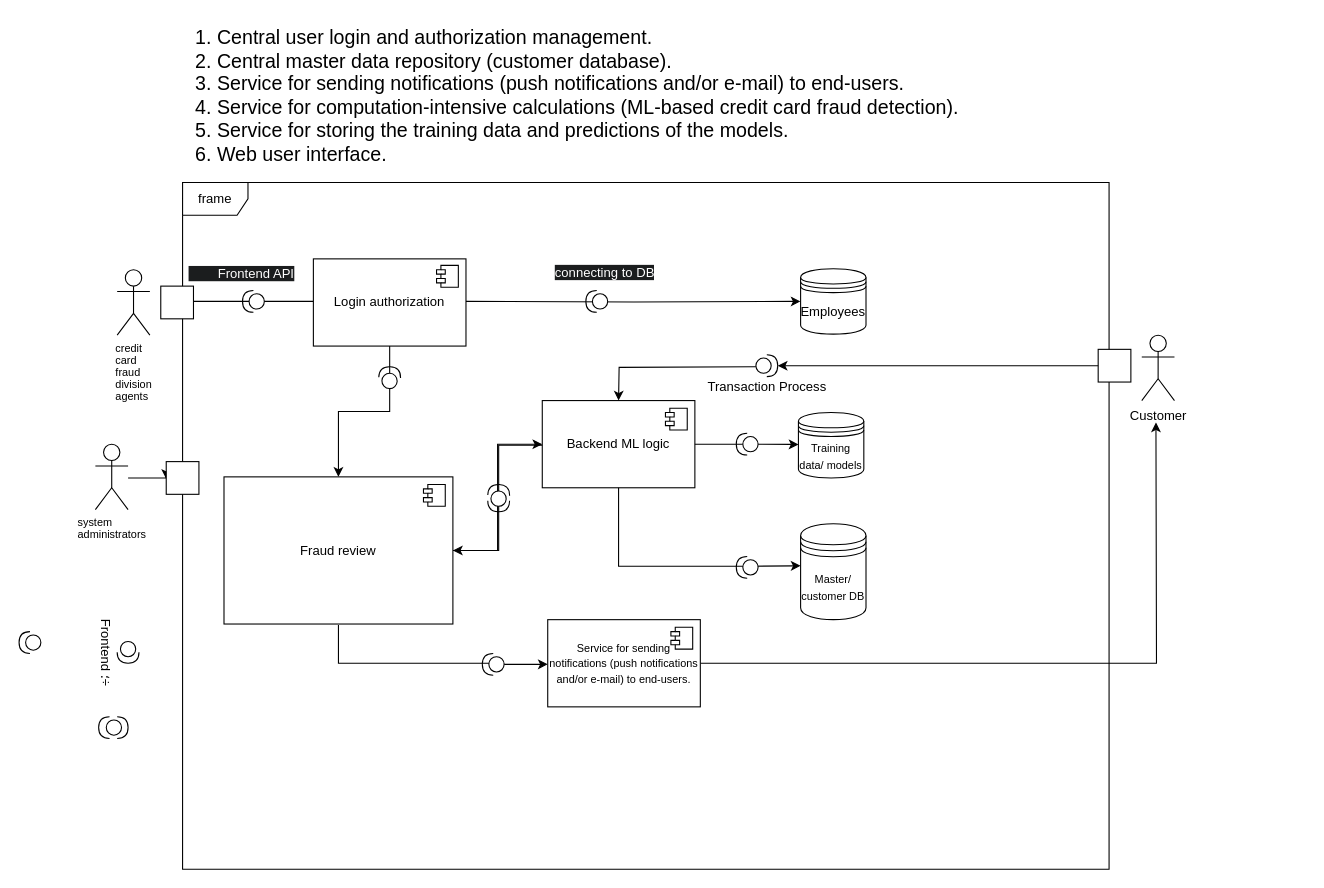
Earlier version of the draw.io diagram gifs/Untitled Diagram.drawio (midani-47/midani-47). Source tidied: cells renumbered, new cells numbered last; positions are measured from the earlier drawing's top-left corner, leaving out a move shared by most shapes. Both pictures are drawn from the tidied source at 109%, with x=0, y=0 at pixel (19, 19).
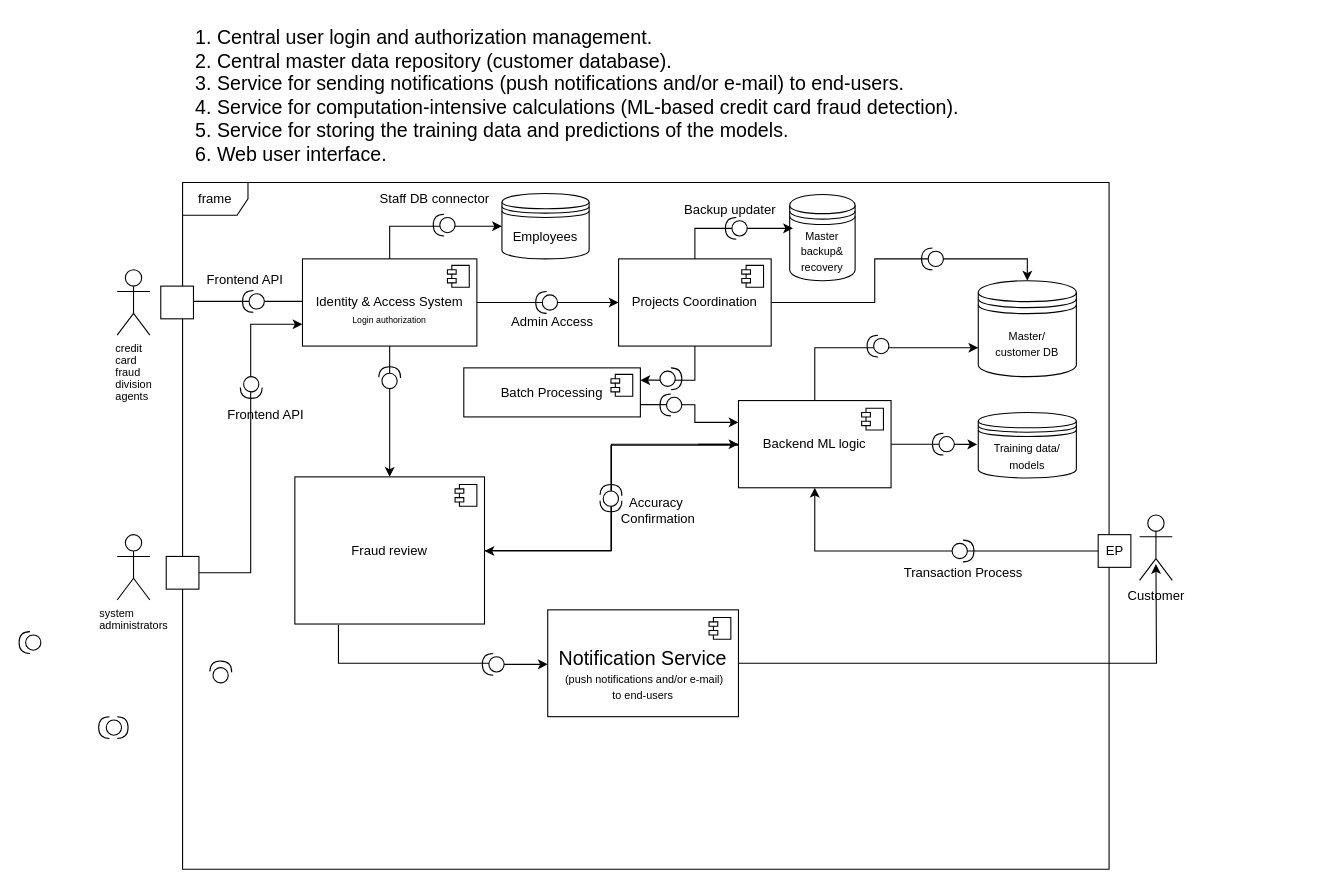
The same diagram, later.

Change to the diagram source:
```diff
@@
-    <mxCell id="2" style="edgeStyle=orthogonalEdgeStyle;rounded=0;orthogonalLoop=1;jettySize=auto;html=1;entryX=0;entryY=0.5;entryDx=0;entryDy=0;" parent="1" edge="1">
-      <mxGeometry relative="1" as="geometry">
-        <mxPoint x="100" y="421" as="sourcePoint" />
-        <mxPoint x="135" y="422" as="targetPoint" />
-      </mxGeometry>
-    </mxCell>
     <mxCell id="3" value="&lt;p style=&quot;margin: 0px; font-variant-numeric: normal; font-variant-east-asian: normal; font-variant-alternates: normal; font-size-adjust: none; font-kerning: auto; font-optical-sizing: auto; font-feature-settings: normal; font-variation-settings: normal; font-variant-position: normal; font-variant-emoji: normal; font-stretch: normal; font-size: 10px; line-height: normal; text-align: start; text-wrap-mode: wrap;&quot; class=&quot;p1&quot;&gt;&lt;font style=&quot;color: light-dark(rgb(0, 0, 0), rgb(255, 255, 255));&quot;&gt;system administrators&lt;/font&gt;&lt;/p&gt;" style="shape=umlActor;verticalLabelPosition=bottom;verticalAlign=top;html=1;" parent="1" vertex="1">
-      <mxGeometry x="70" y="390" width="30" height="60" as="geometry" />
+      <mxGeometry x="90" y="473" width="30" height="60" as="geometry" />
     </mxCell>
@@
+    <mxCell id="49" style="edgeStyle=orthogonalEdgeStyle;rounded=0;jettySize=auto;html=1;entryX=0;entryY=0.75;entryDx=0;entryDy=0;" parent="1" edge="1" source="8" target="12">
+      <mxGeometry relative="1" as="geometry" />
+    </mxCell>
     <mxCell id="8" style="html=1;rounded=0;" parent="1" vertex="1">
-      <mxGeometry x="135" y="406" width="30" height="30" as="geometry" />
+      <mxGeometry x="135" y="493" width="30" height="30" as="geometry" />
     </mxCell>
@@
-    <mxCell id="10" style="edgeStyle=orthogonalEdgeStyle;rounded=0;jettySize=auto;html=1;" parent="1" edge="1" target="18">
-      <mxGeometry relative="1" as="geometry">
-        <mxPoint x="410" y="259" as="sourcePoint" />
-      </mxGeometry>
-    </mxCell>
+    <mxCell id="50" style="edgeStyle=orthogonalEdgeStyle;rounded=0;jettySize=auto;html=1;entryX=0;entryY=0.5;entryDx=0;entryDy=0;exitX=0.5;exitY=0;exitDx=0;exitDy=0;" parent="1" edge="1" source="12" target="18">
+      <mxGeometry relative="1" as="geometry" />
+    </mxCell>
+    <mxCell id="51" style="edgeStyle=orthogonalEdgeStyle;rounded=0;jettySize=auto;html=1;entryX=0;entryY=0.5;entryDx=0;entryDy=0;" parent="1" edge="1" source="12" target="60">
+      <mxGeometry relative="1" as="geometry" />
+    </mxCell>
-    <mxCell id="11" style="edgeStyle=orthogonalEdgeStyle;rounded=0;jettySize=auto;html=1;entryX=0.5;entryY=0;entryDx=0;entryDy=0;" parent="1" edge="1" source="12" target="16">
+    <mxCell id="11" style="edgeStyle=orthogonalEdgeStyle;rounded=0;jettySize=auto;html=1;" parent="1" edge="1" source="12" target="16">
       <mxGeometry relative="1" as="geometry" />
     </mxCell>
-    <mxCell id="12" value="Login authorization" style="html=1;whiteSpace=wrap;" parent="1" vertex="1">
-      <mxGeometry x="270" y="220" width="140" height="80" as="geometry" />
+    <mxCell id="12" value="&lt;div&gt;&lt;font style=&quot;font-size: 12px;&quot;&gt;&lt;br&gt;&lt;/font&gt;&lt;/div&gt;&lt;font style=&quot;font-size: 12px;&quot;&gt;Identity &amp;amp; Access System&lt;/font&gt;&lt;div&gt;&lt;div&gt;&lt;font style=&quot;font-size: 8px;&quot;&gt;Login authorization&lt;/font&gt;&lt;/div&gt;&lt;/div&gt;" style="html=1;whiteSpace=wrap;" parent="1" vertex="1">
+      <mxGeometry x="260" y="220" width="160" height="80" as="geometry" />
     </mxCell>
@@
     <mxCell id="16" value="Fraud review" style="html=1;whiteSpace=wrap;" parent="1" vertex="1">
-      <mxGeometry x="188" y="420" width="210" height="135" as="geometry" />
+      <mxGeometry x="253" y="420" width="174" height="135" as="geometry" />
     </mxCell>
@@
     <mxCell id="18" value="Employees" style="shape=datastore;whiteSpace=wrap;html=1;" parent="1" vertex="1">
-      <mxGeometry x="717" y="229" width="60" height="60" as="geometry" />
+      <mxGeometry x="443" y="160" width="80" height="60" as="geometry" />
     </mxCell>
@@
-    <mxCell id="20" value="Frontend ؛÷" style="shape=providedRequiredInterface;html=1;verticalLabelPosition=bottom;sketch=0;rotation=90;" parent="1" vertex="1">
-      <mxGeometry x="90" y="571" width="20" height="20" as="geometry" />
+    <mxCell id="20" style="shape=providedRequiredInterface;html=1;verticalLabelPosition=bottom;sketch=0;rotation=90;" parent="1" vertex="1">
+      <mxGeometry x="203" y="328" width="20" height="20" as="geometry" />
     </mxCell>
     <mxCell id="21" style="shape=providedRequiredInterface;html=1;verticalLabelPosition=bottom;sketch=0;rotation=-180;" parent="1" vertex="1">
-      <mxGeometry x="520" y="249" width="20" height="20" as="geometry" />
+      <mxGeometry x="380" y="179" width="20" height="20" as="geometry" />
     </mxCell>
-    <mxCell id="22" style="edgeStyle=orthogonalEdgeStyle;rounded=0;orthogonalLoop=1;jettySize=auto;html=1;entryX=0;entryY=0.7;entryDx=0;entryDy=0;" parent="1" edge="1">
-      <mxGeometry relative="1" as="geometry">
-        <mxPoint x="550" y="407" as="sourcePoint" />
-        <mxPoint x="717" y="501.6" as="targetPoint" />
-        <Array as="points">
-          <mxPoint x="550" y="502" />
-          <mxPoint x="669" y="502" />
-        </Array>
-      </mxGeometry>
-    </mxCell>
-    <mxCell id="23" style="edgeStyle=orthogonalEdgeStyle;rounded=0;jettySize=auto;html=1;entryX=1;entryY=0.5;entryDx=0;entryDy=0;" parent="1" edge="1" target="16">
+    <mxCell id="23" style="edgeStyle=orthogonalEdgeStyle;rounded=0;jettySize=auto;html=1;" parent="1" edge="1" target="16">
       <mxGeometry relative="1" as="geometry">
-        <mxPoint x="520" y="390" as="sourcePoint" />
+        <mxPoint x="623" y="390" as="sourcePoint" />
         <Array as="points">
-          <mxPoint x="520" y="391" />
-          <mxPoint x="440" y="391" />
-          <mxPoint x="440" y="488" />
+          <mxPoint x="660" y="390" />
+          <mxPoint x="660" y="391" />
+          <mxPoint x="543" y="391" />
+          <mxPoint x="543" y="488" />
         </Array>
       </mxGeometry>
     </mxCell>
+    <mxCell id="52" style="edgeStyle=orthogonalEdgeStyle;rounded=0;jettySize=auto;html=1;entryX=0;entryY=0.7;entryDx=0;entryDy=0;exitX=0.5;exitY=0;exitDx=0;exitDy=0;" parent="1" edge="1" source="24" target="28">
+      <mxGeometry relative="1" as="geometry" />
+    </mxCell>
     <mxCell id="24" value="Backend ML logic" style="html=1;whiteSpace=wrap;" parent="1" vertex="1">
-      <mxGeometry x="480" y="350" width="140" height="80" as="geometry" />
+      <mxGeometry x="660" y="350" width="140" height="80" as="geometry" />
     </mxCell>
@@
     <mxCell id="26" value="&lt;span style=&quot;font-size: 10px;&quot;&gt;Training data/ models&lt;/span&gt;" style="shape=datastore;whiteSpace=wrap;html=1;" parent="1" vertex="1">
-      <mxGeometry x="715" y="361" width="60" height="60" as="geometry" />
+      <mxGeometry x="880" y="361" width="90" height="60" as="geometry" />
     </mxCell>
-    <mxCell id="27" value="&lt;span style=&quot;color: rgb(255, 255, 255); font-family: Helvetica; font-size: 12px; font-style: normal; font-variant-ligatures: normal; font-variant-caps: normal; font-weight: 400; letter-spacing: normal; orphans: 2; text-align: center; text-indent: 0px; text-transform: none; widows: 2; word-spacing: 0px; -webkit-text-stroke-width: 0px; white-space: nowrap; background-color: rgb(27, 29, 30); text-decoration-thickness: initial; text-decoration-style: initial; text-decoration-color: initial; display: inline !important; float: none;&quot;&gt;connecting to DB&lt;/span&gt;" style="text;whiteSpace=wrap;html=1;" parent="1" vertex="1">
-      <mxGeometry x="490" y="219" width="110" height="40" as="geometry" />
-    </mxCell>
     <mxCell id="28" value="&lt;font style=&quot;font-size: 10px;&quot;&gt;Master/&lt;/font&gt;&lt;div&gt;&lt;font style=&quot;font-size: 10px;&quot;&gt;customer DB&lt;/font&gt;&lt;/div&gt;" style="shape=datastore;whiteSpace=wrap;html=1;" parent="1" vertex="1">
-      <mxGeometry x="717" y="463" width="60" height="88" as="geometry" />
+      <mxGeometry x="880" y="240" width="90" height="88" as="geometry" />
     </mxCell>
     <mxCell id="29" style="shape=providedRequiredInterface;html=1;verticalLabelPosition=bottom;sketch=0;rotation=-180;" parent="1" vertex="1">
-      <mxGeometry x="658" y="493" width="20" height="20" as="geometry" />
+      <mxGeometry x="778" y="290" width="20" height="20" as="geometry" />
     </mxCell>
     <mxCell id="30" style="edgeStyle=orthogonalEdgeStyle;rounded=0;jettySize=auto;html=1;exitX=1;exitY=0.5;exitDx=0;exitDy=0;" parent="1" edge="1" source="31">
       <mxGeometry relative="1" as="geometry">
-        <mxPoint x="1043" y="370" as="targetPoint" />
+        <mxPoint x="1043" y="500" as="targetPoint" />
       </mxGeometry>
     </mxCell>
-    <mxCell id="31" value="&lt;span style=&quot;text-align: left;&quot;&gt;&lt;font style=&quot;font-size: 10px;&quot;&gt;Service for sending notifications (push notifications and/or e-mail) to end-users.&lt;/font&gt;&lt;/span&gt;" style="html=1;whiteSpace=wrap;" parent="1" vertex="1">
-      <mxGeometry x="485" y="551" width="140" height="80" as="geometry" />
+    <mxCell id="31" value="&lt;span style=&quot;text-align: left;&quot;&gt;&lt;font style=&quot;&quot;&gt;&lt;font style=&quot;font-size: 18px;&quot;&gt;&lt;br&gt;&lt;/font&gt;&lt;/font&gt;&lt;/span&gt;&lt;div&gt;&lt;span style=&quot;text-align: left;&quot;&gt;&lt;font style=&quot;&quot;&gt;&lt;font style=&quot;font-size: 18px;&quot;&gt;Notification Service&lt;/font&gt;&lt;br&gt;&lt;span style=&quot;font-size: 10px;&quot;&gt;&amp;nbsp;(push notifications and/or e-mail) &lt;/span&gt;&lt;br&gt;&lt;span style=&quot;font-size: 10px;&quot;&gt;to end-users&lt;/span&gt;&lt;/font&gt;&lt;/span&gt;&lt;/div&gt;" style="html=1;whiteSpace=wrap;" parent="1" vertex="1">
+      <mxGeometry x="485" y="542" width="175" height="98" as="geometry" />
     </mxCell>
@@
     <mxCell id="33" value="Customer" style="shape=umlActor;verticalLabelPosition=bottom;verticalAlign=top;html=1;" parent="1" vertex="1">
-      <mxGeometry x="1030" y="290" width="30" height="60" as="geometry" />
+      <mxGeometry x="1028" y="455" width="30" height="60" as="geometry" />
     </mxCell>
-    <mxCell id="34" style="edgeStyle=orthogonalEdgeStyle;rounded=0;orthogonalLoop=1;jettySize=auto;html=1;" parent="1" edge="1">
-      <mxGeometry relative="1" as="geometry">
-        <mxPoint x="676" y="319" as="sourcePoint" />
-        <mxPoint x="550" y="350" as="targetPoint" />
-      </mxGeometry>
-    </mxCell>
-    <mxCell id="35" style="html=1;rounded=0;" parent="1" vertex="1">
-      <mxGeometry x="990" y="303" width="30" height="30" as="geometry" />
+    <mxCell id="35" value="EP" style="html=1;rounded=0;" parent="1" vertex="1">
+      <mxGeometry x="990" y="473" width="30" height="30" as="geometry" />
     </mxCell>
@@
-    <mxCell id="38" style="edgeStyle=orthogonalEdgeStyle;rounded=0;jettySize=auto;html=1;" parent="1" edge="1" source="35" target="39">
+    <mxCell id="38" style="edgeStyle=orthogonalEdgeStyle;rounded=0;jettySize=auto;html=1;entryX=0.5;entryY=1;entryDx=0;entryDy=0;" parent="1" edge="1" source="35" target="24">
       <mxGeometry relative="1" as="geometry" />
     </mxCell>
     <mxCell id="39" value="Transaction Process" style="shape=providedRequiredInterface;html=1;verticalLabelPosition=bottom;sketch=0;" parent="1" vertex="1">
-      <mxGeometry x="676" y="308" width="20" height="20" as="geometry" />
+      <mxGeometry x="856" y="478" width="20" height="20" as="geometry" />
     </mxCell>
@@
-    <mxCell id="41" value="&lt;span style=&quot;forced-color-adjust: none; box-shadow: none !important; color: rgb(255, 255, 255); font-family: Helvetica; font-size: 12px; font-style: normal; font-variant-ligatures: normal; font-variant-caps: normal; font-weight: 400; letter-spacing: normal; orphans: 2; text-align: center; text-indent: 0px; text-transform: none; widows: 2; word-spacing: 0px; -webkit-text-stroke-width: 0px; white-space: pre; background-color: rgb(27, 29, 30); text-decoration-thickness: initial; text-decoration-style: initial; text-decoration-color: initial;&quot;&gt;&lt;span style=&quot;white-space: pre;&quot;&gt;&amp;nbsp;&amp;nbsp;&amp;nbsp;&amp;nbsp;&lt;/span&gt;&lt;span style=&quot;forced-color-adjust: none; box-shadow: none !important; white-space: pre;&quot;&gt;&lt;span style=&quot;white-space: pre;&quot;&gt;&amp;nbsp;&amp;nbsp;&amp;nbsp;&amp;nbsp;&lt;/span&gt;&lt;/span&gt;Frontend API&lt;/span&gt;" style="text;whiteSpace=wrap;html=1;" parent="1" vertex="1">
-      <mxGeometry x="154" y="220" width="130" height="40" as="geometry" />
-    </mxCell>
@@
     <mxCell id="43" style="edgeStyle=orthogonalEdgeStyle;rounded=0;jettySize=auto;html=1;entryX=0.385;entryY=0.486;entryDx=0;entryDy=0;entryPerimeter=0;exitX=1;exitY=0.5;exitDx=0;exitDy=0;" parent="1" edge="1" source="24">
       <mxGeometry relative="1" as="geometry">
-        <mxPoint x="715.1" y="390.2" as="targetPoint" />
+        <mxPoint x="879.1" y="390.2" as="targetPoint" />
       </mxGeometry>
     </mxCell>
     <mxCell id="44" style="shape=providedRequiredInterface;html=1;verticalLabelPosition=bottom;sketch=0;rotation=-180;" parent="1" vertex="1">
-      <mxGeometry x="658" y="380" width="20" height="20" as="geometry" />
+      <mxGeometry x="838" y="380" width="20" height="20" as="geometry" />
     </mxCell>
@@
     <mxCell id="46" style="group;" parent="1" vertex="1">
-      <mxGeometry x="429.7" y="426.7" width="20.7" height="25.3" as="geometry" />
+      <mxGeometry x="532.7" y="426.7" width="20.7" height="25.3" as="geometry" />
     </mxCell>
@@
+    <mxCell id="53" value="Frontend API" style="text;html=1;align=center;verticalAlign=middle;strokeColor=none;fillColor=none;" parent="1" vertex="1">
+      <mxGeometry x="181" y="348" width="90" height="30" as="geometry" />
+    </mxCell>
+    <mxCell id="54" value="Frontend API" style="text;html=1;align=center;verticalAlign=middle;strokeColor=none;fillColor=none;" parent="1" vertex="1">
+      <mxGeometry x="162" y="225" width="90" height="30" as="geometry" />
+    </mxCell>
+    <mxCell id="55" value="Staff DB connector" style="text;html=1;align=center;verticalAlign=middle;strokeColor=none;fillColor=none;" parent="1" vertex="1">
+      <mxGeometry x="321" y="150" width="120" height="30" as="geometry" />
+    </mxCell>
+    <mxCell id="56" style="shape=providedRequiredInterface;html=1;verticalLabelPosition=bottom;sketch=0;rotation=-88;" parent="1" vertex="1">
+      <mxGeometry x="175" y="589" width="20" height="20" as="geometry" />
+    </mxCell>
+    <mxCell id="57" value="Backup updater" style="text;html=1;align=center;verticalAlign=middle;strokeColor=none;fillColor=none;" parent="1" vertex="1">
+      <mxGeometry x="597" y="160" width="110" height="30" as="geometry" />
+    </mxCell>
+    <mxCell id="58" style="edgeStyle=orthogonalEdgeStyle;rounded=0;jettySize=auto;html=1;entryX=0.5;entryY=0;entryDx=0;entryDy=0;" parent="1" edge="1" source="60" target="28">
+      <mxGeometry relative="1" as="geometry" />
+    </mxCell>
+    <mxCell id="59" style="edgeStyle=orthogonalEdgeStyle;rounded=0;jettySize=auto;html=1;entryX=1;entryY=0.25;entryDx=0;entryDy=0;" parent="1" edge="1" source="60" target="67">
+      <mxGeometry relative="1" as="geometry" />
+    </mxCell>
+    <mxCell id="60" value="&lt;div&gt;&lt;font style=&quot;font-size: 12px;&quot;&gt;&lt;br&gt;&lt;/font&gt;&lt;/div&gt;&lt;div&gt;&lt;div&gt;Projects Coordination&lt;/div&gt;&lt;div&gt;&lt;br&gt;&lt;/div&gt;&lt;/div&gt;" style="html=1;whiteSpace=wrap;" parent="1" vertex="1">
+      <mxGeometry x="550" y="220" width="140" height="80" as="geometry" />
+    </mxCell>
+    <mxCell id="61" style="shape=module;jettyWidth=8;jettyHeight=4;" parent="60" vertex="1">
+      <mxGeometry x="1" width="20" height="20" relative="1" as="geometry">
+        <mxPoint x="-27" y="6" as="offset" />
+      </mxGeometry>
+    </mxCell>
+    <mxCell id="62" style="shape=providedRequiredInterface;html=1;verticalLabelPosition=bottom;sketch=0;rotation=-180;" parent="1" vertex="1">
+      <mxGeometry x="474" y="250" width="20" height="20" as="geometry" />
+    </mxCell>
+    <mxCell id="63" value="Admin Access" style="text;html=1;align=center;verticalAlign=middle;strokeColor=none;fillColor=none;" parent="1" vertex="1">
+      <mxGeometry x="439" y="262.5" width="100" height="30" as="geometry" />
+    </mxCell>
+    <mxCell id="64" value="&lt;font style=&quot;font-size: 10px;&quot;&gt;Master&lt;/font&gt;&lt;div&gt;&lt;span style=&quot;font-size: 10px;&quot;&gt;backup&amp;amp;&lt;br&gt;recovery&lt;/span&gt;&lt;/div&gt;" style="shape=datastore;whiteSpace=wrap;html=1;" parent="1" vertex="1">
+      <mxGeometry x="707" y="161" width="60" height="79" as="geometry" />
+    </mxCell>
+    <mxCell id="65" style="edgeStyle=orthogonalEdgeStyle;rounded=0;jettySize=auto;html=1;" parent="1" edge="1" source="60">
+      <mxGeometry relative="1" as="geometry">
+        <mxPoint x="710" y="192" as="targetPoint" />
+        <Array as="points">
+          <mxPoint x="620" y="192" />
+        </Array>
+      </mxGeometry>
+    </mxCell>
+    <mxCell id="66" style="edgeStyle=orthogonalEdgeStyle;rounded=0;jettySize=auto;html=1;entryX=0;entryY=0.25;entryDx=0;entryDy=0;exitX=1;exitY=0.75;exitDx=0;exitDy=0;" parent="1" edge="1" source="67" target="24">
+      <mxGeometry relative="1" as="geometry">
+        <Array as="points">
+          <mxPoint x="620" y="354" />
+          <mxPoint x="620" y="370" />
+        </Array>
+      </mxGeometry>
+    </mxCell>
+    <mxCell id="67" value="Batch Processing" style="html=1;whiteSpace=wrap;" parent="1" vertex="1">
+      <mxGeometry x="408" y="320" width="162" height="45" as="geometry" />
+    </mxCell>
+    <mxCell id="68" style="shape=module;jettyWidth=8;jettyHeight=4;" parent="67" vertex="1">
+      <mxGeometry x="1" width="20" height="20" relative="1" as="geometry">
+        <mxPoint x="-27" y="6" as="offset" />
+      </mxGeometry>
+    </mxCell>
+    <mxCell id="69" style="shape=providedRequiredInterface;html=1;verticalLabelPosition=bottom;sketch=0;rotation=-180;" parent="1" vertex="1">
+      <mxGeometry x="828" y="210" width="20" height="20" as="geometry" />
+    </mxCell>
+    <mxCell id="70" style="shape=providedRequiredInterface;html=1;verticalLabelPosition=bottom;sketch=0;rotation=-180;" parent="1" vertex="1">
+      <mxGeometry x="648" y="182" width="20" height="20" as="geometry" />
+    </mxCell>
+    <mxCell id="71" style="shape=providedRequiredInterface;html=1;verticalLabelPosition=bottom;sketch=0;rotation=-180;" parent="1" vertex="1">
+      <mxGeometry x="588" y="344" width="20" height="20" as="geometry" />
+    </mxCell>
+    <mxCell id="72" style="shape=providedRequiredInterface;html=1;verticalLabelPosition=bottom;sketch=0;rotation=0;" parent="1" vertex="1">
+      <mxGeometry x="588" y="320" width="20" height="20" as="geometry" />
+    </mxCell>
+    <mxCell id="73" value="Accuracy&amp;nbsp;&lt;div&gt;Confirmation&lt;/div&gt;" style="text;html=1;align=center;verticalAlign=middle;strokeColor=none;fillColor=none;" parent="1" vertex="1">
+      <mxGeometry x="541" y="430.5" width="90" height="40" as="geometry" />
+    </mxCell>
```
